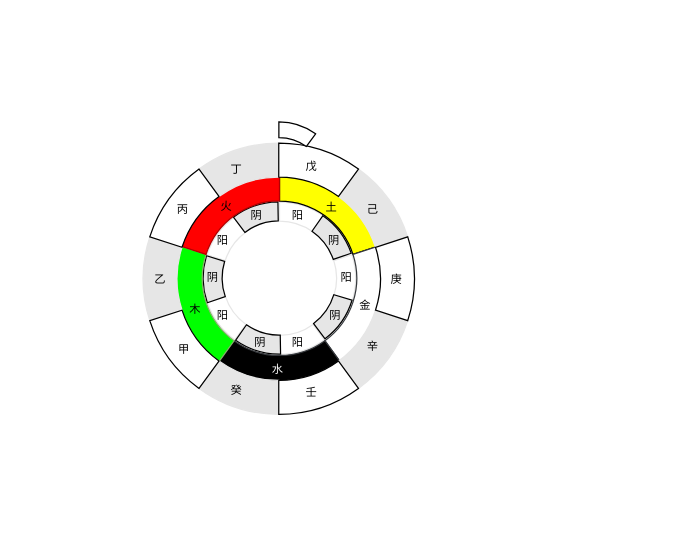
The draw.io diagram page "Page-2" (2 of 2) of 中国古代命理学.drawio in wxfls/draw.io, before the edit. Source tidied: cells renumbered, new cells numbered last; positions are measured from the earlier drawing's top-left corner, leaving out a move shared by most shapes. Both pictures are drawn from the tidied source at 125%, with x=0, y=0 at pixel (89, 89).
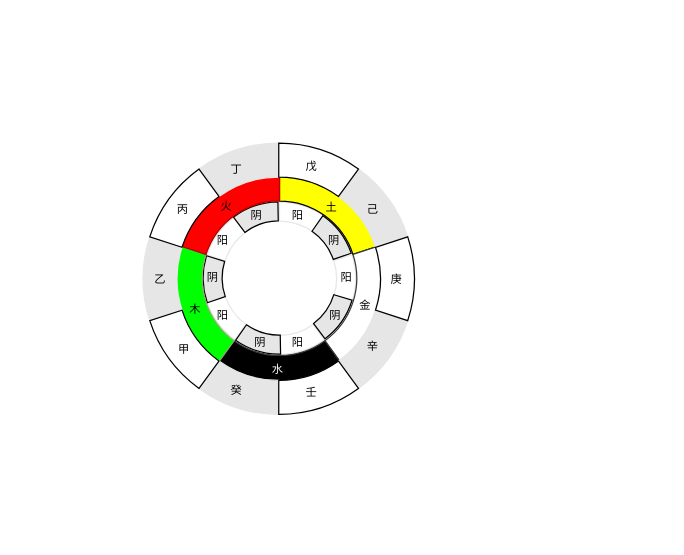
After the change.

Commit message (it also covers changes not shown here):
Update 中国古代命理学.drawio

Unchanged cells that the change refers to:
```xml
<mxCell id="41" style="group;direction=east;rotation=72;" parent="35" vertex="1">
  <mxGeometry width="303.1" height="303.1" as="geometry" />
</mxCell>
```

What changed in the source:
```diff
@@
-    <mxCell id="55" style="verticalLabelPosition=bottom;verticalAlign=top;html=1;shape=mxgraph.basic.partConcEllipse;startAngle=0.0;endAngle=0.10;arcWidth=0.25;rotation=360;fillColor=#FFFFFF;strokeColor=#000000;fontColor=#ffffff;" parent="41" vertex="1">
-      <mxGeometry x="101.6" y="26" width="100" height="100" as="geometry" />
-    </mxCell>
```
